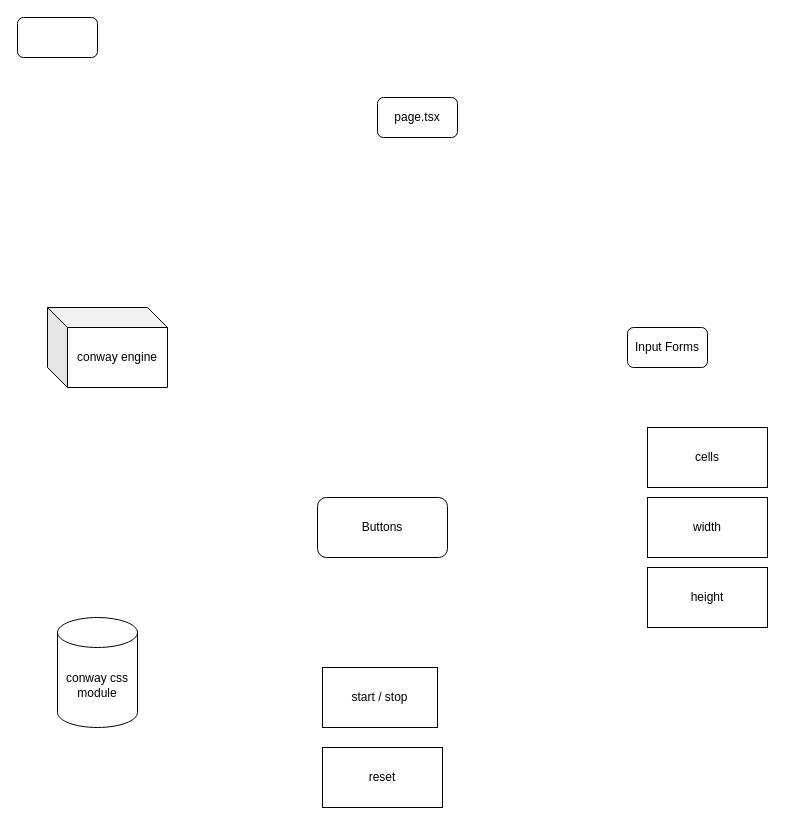
Earlier version of the draw.io diagram allanoguis/src/lib/conway.drawio (allanoguis/AO-Next). Source tidied: cells renumbered, new cells numbered last; positions are measured from the earlier drawing's top-left corner, leaving out a move shared by most shapes. Both pictures are drawn from the tidied source at 100%, with x=0, y=0 at pixel (17, 17).
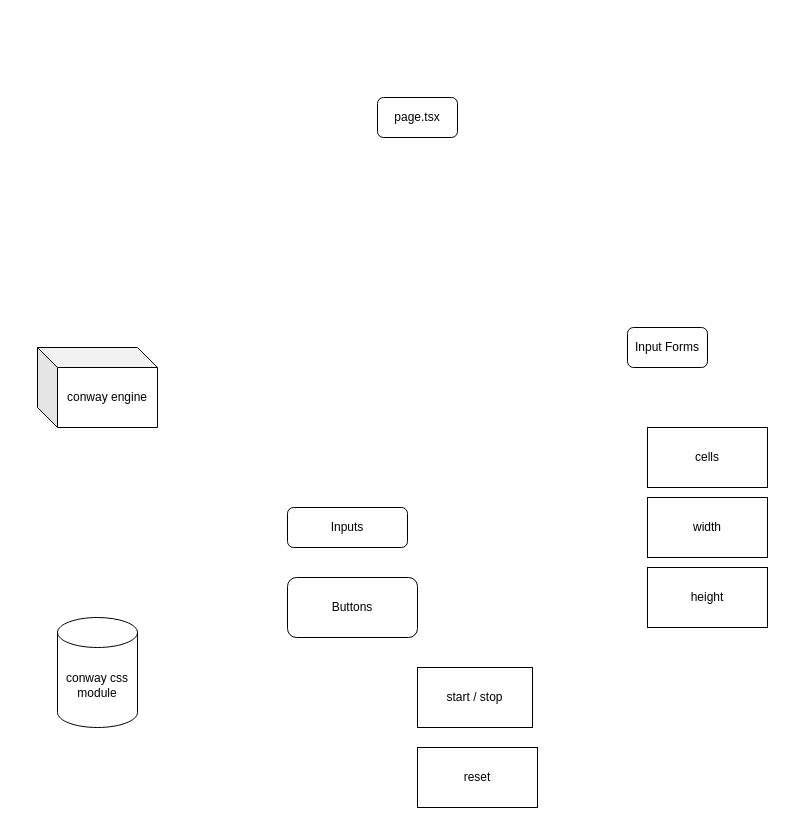
After the change.

Change to the diagram source:
```diff
@@
 <mxGraphModel>
   <root>
     <mxCell id="0" />
     <mxCell id="1" parent="0" />
     <mxCell id="2" value="page.tsx" style="rounded=1;whiteSpace=wrap;html=1;" parent="1" vertex="1">
       <mxGeometry x="360" y="80" width="80" height="40" as="geometry" />
     </mxCell>
     <mxCell id="3" value="Input Forms" style="rounded=1;whiteSpace=wrap;html=1;" parent="1" vertex="1">
       <mxGeometry x="610" y="310" width="80" height="40" as="geometry" />
     </mxCell>
     <mxCell id="4" value="Buttons" style="rounded=1;whiteSpace=wrap;html=1;" parent="1" vertex="1">
-      <mxGeometry x="300" y="480" width="130" height="60" as="geometry" />
+      <mxGeometry x="270" y="560" width="130" height="60" as="geometry" />
     </mxCell>
-    <mxCell id="5" style="rounded=1;whiteSpace=wrap;html=1;" parent="1" vertex="1">
-      <mxGeometry width="80" height="40" as="geometry" />
+    <mxCell id="5" value="Inputs" style="rounded=1;whiteSpace=wrap;html=1;" parent="1" vertex="1">
+      <mxGeometry x="270" y="490" width="120" height="40" as="geometry" />
     </mxCell>
     <mxCell id="6" value="height" style="rounded=0;whiteSpace=wrap;html=1;" parent="1" vertex="1">
       <mxGeometry x="630" y="550" width="120" height="60" as="geometry" />
     </mxCell>
     <mxCell id="7" value="width" style="rounded=0;whiteSpace=wrap;html=1;" parent="1" vertex="1">
       <mxGeometry x="630" y="480" width="120" height="60" as="geometry" />
     </mxCell>
     <mxCell id="8" value="cells" style="rounded=0;whiteSpace=wrap;html=1;" parent="1" vertex="1">
       <mxGeometry x="630" y="410" width="120" height="60" as="geometry" />
     </mxCell>
     <mxCell id="9" value="start / stop" style="rounded=0;whiteSpace=wrap;html=1;" parent="1" vertex="1">
-      <mxGeometry x="305" y="650" width="115" height="60" as="geometry" />
+      <mxGeometry x="400" y="650" width="115" height="60" as="geometry" />
     </mxCell>
     <mxCell id="10" value="reset" style="rounded=0;whiteSpace=wrap;html=1;" parent="1" vertex="1">
-      <mxGeometry x="305" y="730" width="120" height="60" as="geometry" />
+      <mxGeometry x="400" y="730" width="120" height="60" as="geometry" />
     </mxCell>
     <mxCell id="11" value="conway engine" style="shape=cube;whiteSpace=wrap;html=1;boundedLbl=1;backgroundOutline=1;darkOpacity=0.05;darkOpacity2=0.1;" parent="1" vertex="1">
-      <mxGeometry x="30" y="290" width="120" height="80" as="geometry" />
+      <mxGeometry x="20" y="330" width="120" height="80" as="geometry" />
     </mxCell>
     <mxCell id="12" value="conway css module" style="shape=cylinder3;whiteSpace=wrap;html=1;boundedLbl=1;backgroundOutline=1;size=15;" parent="1" vertex="1">
       <mxGeometry x="40" y="600" width="80" height="110" as="geometry" />
     </mxCell>
   </root>
 </mxGraphModel>
```
